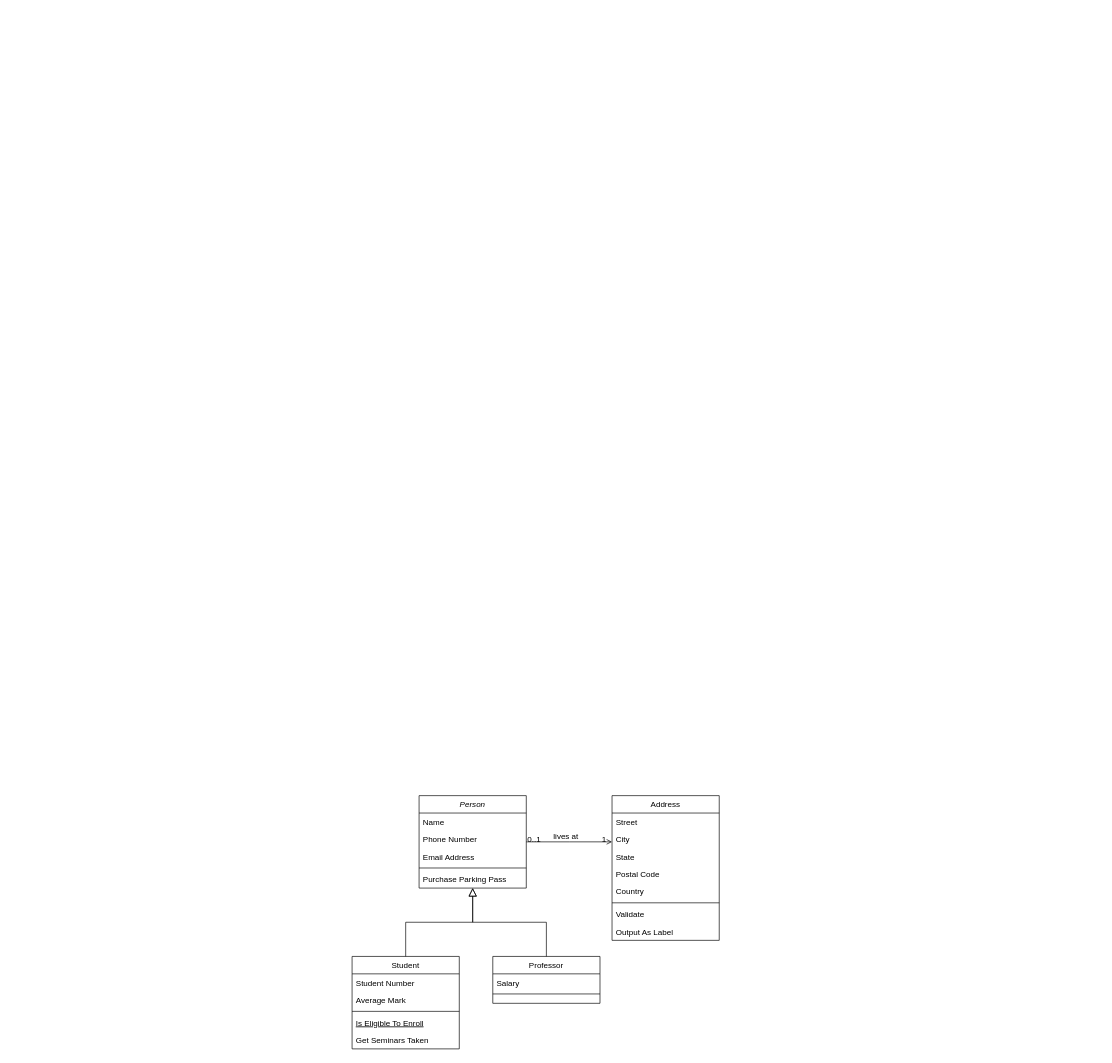
SingleShadowBlade/LOE keeps this draw.io diagram as WeaponEditor.drawio. Above is the earlier version. Source tidied: cells renumbered, new cells numbered last; positions are measured from the earlier drawing's top-left corner, leaving out a move shared by most shapes. Both pictures are drawn from the tidied source at 67%, with x=0, y=0 at pixel (352, 795).
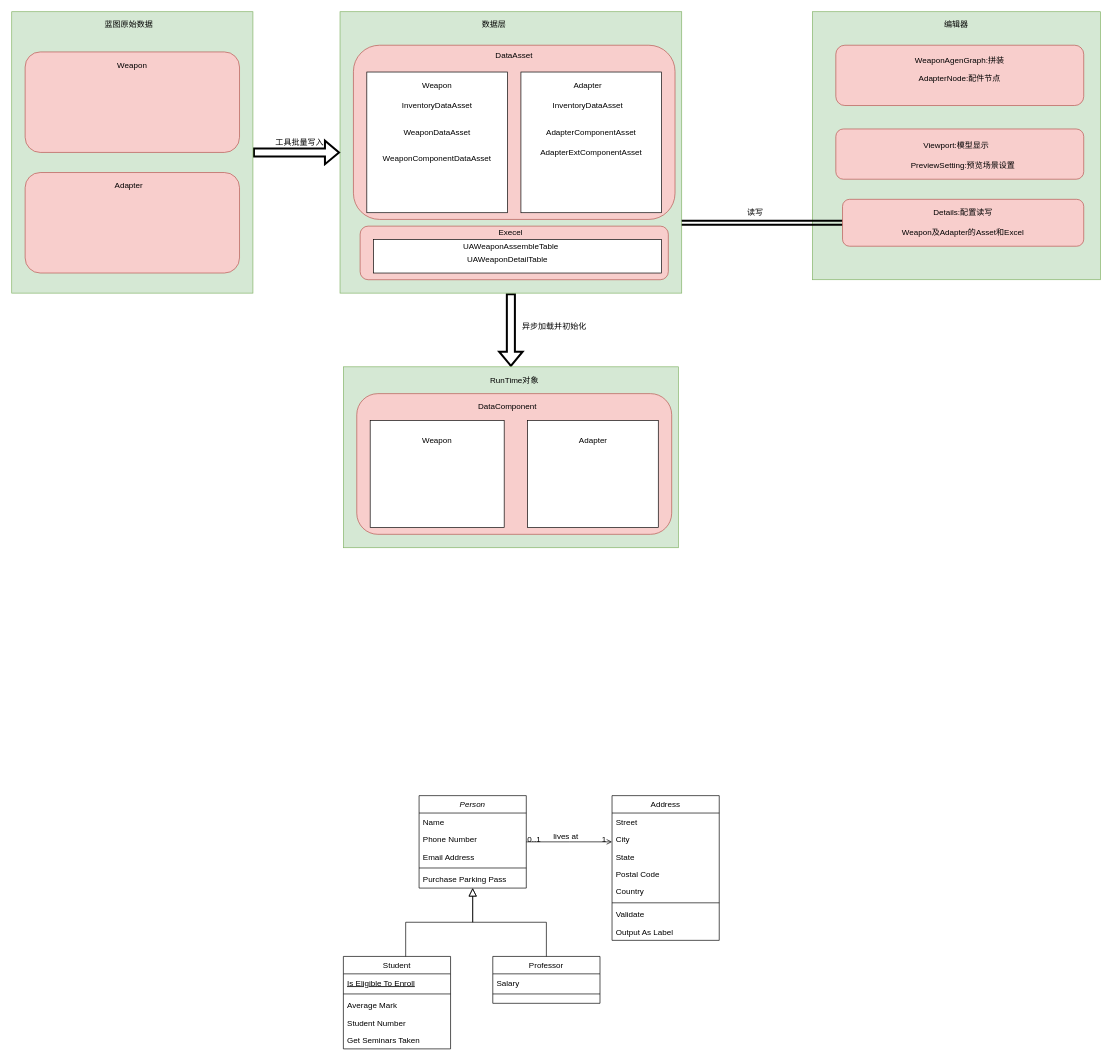
The same diagram, later.

The change refers to these unchanged cells:
```xml
<mxCell id="2" value="Person" style="swimlane;fontStyle=2;align=center;verticalAlign=top;horizontal=1;startSize=26;rounded=0;shadow=0;strokeWidth=1;" parent="1" vertex="1">
  <mxGeometry x="100" width="160" height="138" as="geometry" />
</mxCell>
```

The edit, as a diff of the source:
```diff
@@
     <mxCell id="8" value="Student" style="swimlane;fontStyle=0;align=center;verticalAlign=top;horizontal=1;startSize=26;rounded=0;shadow=0;strokeWidth=1;" parent="1" vertex="1">
-      <mxGeometry y="240" width="160" height="138" as="geometry" />
+      <mxGeometry x="-13" y="240" width="160" height="138" as="geometry" />
     </mxCell>
+    <mxCell id="12" value="Is Eligible To Enroll" style="text;align=left;verticalAlign=top;spacingLeft=4;spacingRight=4;overflow=hidden;fontStyle=4;" parent="8" vertex="1">
+      <mxGeometry y="26" width="160" height="26" as="geometry" />
+    </mxCell>
+    <mxCell id="11" style="line;html=1;strokeWidth=1;align=left;verticalAlign=middle;spacingTop=-1;spacingLeft=3;spacingRight=3;labelPosition=right;" parent="8" vertex="1">
+      <mxGeometry y="52" width="160" height="8" as="geometry" />
+    </mxCell>
+    <mxCell id="10" value="Average Mark" style="text;align=left;verticalAlign=top;spacingLeft=4;spacingRight=4;overflow=hidden;rounded=0;shadow=0;html=0;" parent="8" vertex="1">
+      <mxGeometry y="60" width="160" height="26" as="geometry" />
+    </mxCell>
     <mxCell id="9" value="Student Number" style="text;align=left;verticalAlign=top;spacingLeft=4;spacingRight=4;overflow=hidden;" parent="8" vertex="1">
-      <mxGeometry y="26" width="160" height="26" as="geometry" />
+      <mxGeometry y="86" width="160" height="26" as="geometry" />
     </mxCell>
-    <mxCell id="10" value="Average Mark" style="text;align=left;verticalAlign=top;spacingLeft=4;spacingRight=4;overflow=hidden;rounded=0;shadow=0;html=0;" parent="8" vertex="1">
-      <mxGeometry y="52" width="160" height="26" as="geometry" />
-    </mxCell>
-    <mxCell id="11" style="line;html=1;strokeWidth=1;align=left;verticalAlign=middle;spacingTop=-1;spacingLeft=3;spacingRight=3;labelPosition=right;" parent="8" vertex="1">
-      <mxGeometry y="78" width="160" height="8" as="geometry" />
-    </mxCell>
-    <mxCell id="12" value="Is Eligible To Enroll" style="text;align=left;verticalAlign=top;spacingLeft=4;spacingRight=4;overflow=hidden;fontStyle=4;" parent="8" vertex="1">
-      <mxGeometry y="86" width="160" height="26" as="geometry" />
-    </mxCell>
@@
-    <mxCell id="14" style="endArrow=block;endSize=10;endFill=0;shadow=0;strokeWidth=1;rounded=0;edgeStyle=elbowEdgeStyle;elbow=vertical;" parent="1" edge="1" source="8" target="2">
-      <mxGeometry relative="1" as="geometry" />
+    <mxCell id="14" style="endArrow=block;endSize=10;endFill=0;shadow=0;strokeWidth=1;rounded=0;edgeStyle=elbowEdgeStyle;elbow=vertical;" parent="1" edge="1" target="2">
+      <mxGeometry relative="1" as="geometry">
+        <mxPoint x="80" y="240" as="sourcePoint" />
+      </mxGeometry>
     </mxCell>
@@
+    <mxCell id="32" style="edgeStyle=orthogonalEdgeStyle;shape=flexArrow;rounded=0;jettySize=auto;html=1;entryX=0.5;entryY=0;entryDx=0;entryDy=0;fontColor=#000000;strokeWidth=3;" parent="1" edge="1" source="33" target="70">
+      <mxGeometry relative="1" as="geometry" />
+    </mxCell>
+    <mxCell id="33" style="rounded=0;whiteSpace=wrap;html=1;fillColor=#d5e8d4;strokeColor=#82b366;" parent="1" vertex="1">
+      <mxGeometry x="-18" y="-1170" width="510" height="420" as="geometry" />
+    </mxCell>
+    <mxCell id="34" value="数据层" style="text;html=1;strokeColor=none;fillColor=none;align=center;verticalAlign=middle;whiteSpace=wrap;rounded=0;" parent="1" vertex="1">
+      <mxGeometry x="192" y="-1160" width="40" height="20" as="geometry" />
+    </mxCell>
+    <mxCell id="35" style="rounded=1;whiteSpace=wrap;html=1;fillColor=#f8cecc;strokeColor=#b85450;" parent="1" vertex="1">
+      <mxGeometry x="2" y="-1120" width="480" height="260" as="geometry" />
+    </mxCell>
+    <mxCell id="36" value="DataAsset" style="text;html=1;strokeColor=none;fillColor=none;align=center;verticalAlign=middle;whiteSpace=wrap;rounded=0;" parent="1" vertex="1">
+      <mxGeometry x="222" y="-1115" width="40" height="20" as="geometry" />
+    </mxCell>
+    <mxCell id="37" style="whiteSpace=wrap;html=1;" parent="1" vertex="1">
+      <mxGeometry x="22" y="-1080" width="210" height="210" as="geometry" />
+    </mxCell>
+    <mxCell id="38" value="InventoryDataAsset" style="text;html=1;strokeColor=none;fillColor=none;align=center;verticalAlign=middle;whiteSpace=wrap;rounded=0;" parent="1" vertex="1">
+      <mxGeometry x="107" y="-1040" width="40" height="20" as="geometry" />
+    </mxCell>
+    <mxCell id="39" value="WeaponDataAsset" style="text;html=1;strokeColor=none;fillColor=none;align=center;verticalAlign=middle;whiteSpace=wrap;rounded=0;fontColor=#000000;" parent="1" vertex="1">
+      <mxGeometry x="107" y="-1000" width="40" height="20" as="geometry" />
+    </mxCell>
+    <mxCell id="40" value="WeaponComponentDataAsset" style="text;html=1;strokeColor=none;fillColor=none;align=center;verticalAlign=middle;whiteSpace=wrap;rounded=0;fontColor=#000000;" parent="1" vertex="1">
+      <mxGeometry x="107" y="-960" width="40" height="20" as="geometry" />
+    </mxCell>
+    <mxCell id="41" value="Weapon" style="text;html=1;strokeColor=none;fillColor=none;align=center;verticalAlign=middle;whiteSpace=wrap;rounded=0;fontColor=#000000;" parent="1" vertex="1">
+      <mxGeometry x="107" y="-1070" width="40" height="20" as="geometry" />
+    </mxCell>
+    <mxCell id="42" style="whiteSpace=wrap;html=1;fontColor=#000000;" parent="1" vertex="1">
+      <mxGeometry x="252" y="-1080" width="210" height="210" as="geometry" />
+    </mxCell>
+    <mxCell id="43" value="Adapter" style="text;html=1;strokeColor=none;fillColor=none;align=center;verticalAlign=middle;whiteSpace=wrap;rounded=0;fontColor=#000000;" parent="1" vertex="1">
+      <mxGeometry x="332" y="-1070" width="40" height="20" as="geometry" />
+    </mxCell>
+    <mxCell id="44" value="InventoryDataAsset" style="text;html=1;strokeColor=none;fillColor=none;align=center;verticalAlign=middle;whiteSpace=wrap;rounded=0;fontColor=#000000;" parent="1" vertex="1">
+      <mxGeometry x="332" y="-1040" width="40" height="20" as="geometry" />
+    </mxCell>
+    <mxCell id="45" value="AdapterComponentAsset" style="text;html=1;strokeColor=none;fillColor=none;align=center;verticalAlign=middle;whiteSpace=wrap;rounded=0;fontColor=#000000;" parent="1" vertex="1">
+      <mxGeometry x="337" y="-1000" width="40" height="20" as="geometry" />
+    </mxCell>
+    <mxCell id="46" value="AdapterExtComponentAsset" style="text;html=1;strokeColor=none;fillColor=none;align=center;verticalAlign=middle;whiteSpace=wrap;rounded=0;fontColor=#000000;" parent="1" vertex="1">
+      <mxGeometry x="337" y="-970" width="40" height="20" as="geometry" />
+    </mxCell>
+    <mxCell id="47" style="rounded=1;whiteSpace=wrap;html=1;fillColor=#f8cecc;strokeColor=#b85450;" parent="1" vertex="1">
+      <mxGeometry x="12" y="-850" width="460" height="80" as="geometry" />
+    </mxCell>
+    <mxCell id="48" value="Execel" style="text;html=1;strokeColor=none;fillColor=none;align=center;verticalAlign=middle;whiteSpace=wrap;rounded=0;fontColor=#000000;" parent="1" vertex="1">
+      <mxGeometry x="217" y="-850" width="40" height="20" as="geometry" />
+    </mxCell>
+    <mxCell id="49" style="rounded=0;whiteSpace=wrap;html=1;fillColor=#d5e8d4;strokeColor=#82b366;" parent="1" vertex="1">
+      <mxGeometry x="687" y="-1170" width="430" height="400" as="geometry" />
+    </mxCell>
+    <mxCell id="50" value="编辑器" style="text;html=1;strokeColor=none;fillColor=none;align=center;verticalAlign=middle;whiteSpace=wrap;rounded=0;fontColor=#000000;" parent="1" vertex="1">
+      <mxGeometry x="882" y="-1160" width="40" height="20" as="geometry" />
+    </mxCell>
+    <mxCell id="51" style="rounded=1;whiteSpace=wrap;html=1;fillColor=#f8cecc;strokeColor=#b85450;" parent="1" vertex="1">
+      <mxGeometry x="722" y="-1120" width="370" height="90" as="geometry" />
+    </mxCell>
+    <mxCell id="52" value="WeaponAgenGraph:拼装" style="text;html=1;strokeColor=none;fillColor=none;align=center;verticalAlign=middle;whiteSpace=wrap;rounded=0;fontColor=#000000;" parent="1" vertex="1">
+      <mxGeometry x="732" y="-1115" width="350" height="35" as="geometry" />
+    </mxCell>
+    <mxCell id="53" value="AdapterNode:配件节点" style="text;html=1;strokeColor=none;fillColor=none;align=center;verticalAlign=middle;whiteSpace=wrap;rounded=0;fontColor=#000000;" parent="1" vertex="1">
+      <mxGeometry x="752" y="-1080" width="310" height="20" as="geometry" />
+    </mxCell>
+    <mxCell id="54" style="rounded=1;whiteSpace=wrap;html=1;fillColor=#f8cecc;strokeColor=#b85450;" parent="1" vertex="1">
+      <mxGeometry x="722" y="-995" width="370" height="75" as="geometry" />
+    </mxCell>
+    <mxCell id="55" value="Viewport:模型显示" style="text;html=1;strokeColor=none;fillColor=none;align=center;verticalAlign=middle;whiteSpace=wrap;rounded=0;fontColor=#000000;" parent="1" vertex="1">
+      <mxGeometry x="762" y="-980" width="280" height="20" as="geometry" />
+    </mxCell>
+    <mxCell id="56" value="PreviewSetting:预览场景设置" style="text;html=1;strokeColor=none;fillColor=none;align=center;verticalAlign=middle;whiteSpace=wrap;rounded=0;fontColor=#000000;" parent="1" vertex="1">
+      <mxGeometry x="762" y="-950" width="300" height="20" as="geometry" />
+    </mxCell>
+    <mxCell id="57" style="edgeStyle=orthogonalEdgeStyle;rounded=0;jettySize=auto;html=1;exitX=0;exitY=0.5;exitDx=0;exitDy=0;entryX=1;entryY=0.75;entryDx=0;entryDy=0;fontColor=#000000;shape=link;strokeWidth=3;" parent="1" edge="1" source="58" target="33">
+      <mxGeometry relative="1" as="geometry" />
+    </mxCell>
+    <mxCell id="58" style="rounded=1;whiteSpace=wrap;html=1;fillColor=#f8cecc;strokeColor=#b85450;" parent="1" vertex="1">
+      <mxGeometry x="732" y="-890" width="360" height="70" as="geometry" />
+    </mxCell>
+    <mxCell id="59" value="Details:配置读写" style="text;html=1;strokeColor=none;fillColor=none;align=center;verticalAlign=middle;whiteSpace=wrap;rounded=0;fontColor=#000000;" parent="1" vertex="1">
+      <mxGeometry x="762" y="-880" width="300" height="20" as="geometry" />
+    </mxCell>
+    <mxCell id="60" value="Weapon及Adapter的Asset和Excel" style="text;html=1;strokeColor=none;fillColor=none;align=center;verticalAlign=middle;whiteSpace=wrap;rounded=0;fontColor=#000000;" parent="1" vertex="1">
+      <mxGeometry x="742" y="-850" width="340" height="20" as="geometry" />
+    </mxCell>
+    <mxCell id="61" value="读写" style="text;html=1;strokeColor=none;fillColor=none;align=center;verticalAlign=middle;whiteSpace=wrap;rounded=0;fontColor=#000000;" parent="1" vertex="1">
+      <mxGeometry x="582" y="-880" width="40" height="20" as="geometry" />
+    </mxCell>
+    <mxCell id="62" style="edgeStyle=orthogonalEdgeStyle;shape=flexArrow;rounded=0;jettySize=auto;html=1;exitX=1;exitY=0.5;exitDx=0;exitDy=0;entryX=0;entryY=0.5;entryDx=0;entryDy=0;fontColor=#000000;strokeWidth=3;" parent="1" edge="1" source="63" target="33">
+      <mxGeometry relative="1" as="geometry" />
+    </mxCell>
+    <mxCell id="63" style="rounded=0;whiteSpace=wrap;html=1;fillColor=#d5e8d4;strokeColor=#82b366;" parent="1" vertex="1">
+      <mxGeometry x="-508" y="-1170" width="360" height="420" as="geometry" />
+    </mxCell>
+    <mxCell id="64" value="蓝图原始数据" style="text;html=1;strokeColor=none;fillColor=none;align=center;verticalAlign=middle;whiteSpace=wrap;rounded=0;fontColor=#000000;" parent="1" vertex="1">
+      <mxGeometry x="-418" y="-1160" width="170" height="20" as="geometry" />
+    </mxCell>
+    <mxCell id="65" style="rounded=1;whiteSpace=wrap;html=1;fillColor=#f8cecc;strokeColor=#b85450;" parent="1" vertex="1">
+      <mxGeometry x="-488" y="-1110" width="320" height="150" as="geometry" />
+    </mxCell>
+    <mxCell id="66" style="rounded=1;whiteSpace=wrap;html=1;fillColor=#f8cecc;strokeColor=#b85450;" parent="1" vertex="1">
+      <mxGeometry x="-488" y="-930" width="320" height="150" as="geometry" />
+    </mxCell>
+    <mxCell id="67" value="Weapon" style="text;html=1;strokeColor=none;fillColor=none;align=center;verticalAlign=middle;whiteSpace=wrap;rounded=0;fontColor=#000000;" parent="1" vertex="1">
+      <mxGeometry x="-348" y="-1100" width="40" height="20" as="geometry" />
+    </mxCell>
+    <mxCell id="68" value="Adapter" style="text;html=1;strokeColor=none;fillColor=none;align=center;verticalAlign=middle;whiteSpace=wrap;rounded=0;fontColor=#000000;" parent="1" vertex="1">
+      <mxGeometry x="-353" y="-920" width="40" height="20" as="geometry" />
+    </mxCell>
+    <mxCell id="69" value="工具批量写入" style="text;html=1;strokeColor=none;fillColor=none;align=center;verticalAlign=middle;whiteSpace=wrap;rounded=0;fontColor=#000000;" parent="1" vertex="1">
+      <mxGeometry x="-118" y="-985" width="80" height="20" as="geometry" />
+    </mxCell>
+    <mxCell id="70" style="rounded=0;whiteSpace=wrap;html=1;fillColor=#d5e8d4;strokeColor=#82b366;" parent="1" vertex="1">
+      <mxGeometry x="-13" y="-640" width="500" height="270" as="geometry" />
+    </mxCell>
+    <mxCell id="71" value="RunTime对象" style="text;html=1;strokeColor=none;fillColor=none;align=center;verticalAlign=middle;whiteSpace=wrap;rounded=0;fontColor=#000000;" parent="1" vertex="1">
+      <mxGeometry x="194.5" y="-630" width="95" height="20" as="geometry" />
+    </mxCell>
+    <mxCell id="72" value="异步加载并初始化" style="text;html=1;strokeColor=none;fillColor=none;align=left;verticalAlign=middle;whiteSpace=wrap;rounded=0;fontColor=#000000;" parent="1" vertex="1">
+      <mxGeometry x="252" y="-710" width="150" height="20" as="geometry" />
+    </mxCell>
+    <mxCell id="73" style="rounded=1;whiteSpace=wrap;html=1;align=left;fillColor=#f8cecc;strokeColor=#b85450;" parent="1" vertex="1">
+      <mxGeometry x="7" y="-600" width="470" height="210" as="geometry" />
+    </mxCell>
+    <mxCell id="74" value="DataComponent" style="text;html=1;strokeColor=none;fillColor=none;align=center;verticalAlign=middle;whiteSpace=wrap;rounded=0;fontColor=#000000;" parent="1" vertex="1">
+      <mxGeometry x="132" y="-590" width="200" height="20" as="geometry" />
+    </mxCell>
+    <mxCell id="75" style="rounded=0;whiteSpace=wrap;html=1;fontColor=#000000;align=left;" parent="1" vertex="1">
+      <mxGeometry x="27" y="-560" width="200" height="160" as="geometry" />
+    </mxCell>
+    <mxCell id="76" style="rounded=0;whiteSpace=wrap;html=1;fontColor=#000000;align=left;" parent="1" vertex="1">
+      <mxGeometry x="262" y="-560" width="195" height="160" as="geometry" />
+    </mxCell>
+    <mxCell id="77" value="Weapon" style="text;html=1;strokeColor=none;fillColor=none;align=center;verticalAlign=middle;whiteSpace=wrap;rounded=0;fontColor=#000000;" parent="1" vertex="1">
+      <mxGeometry x="107" y="-540" width="40" height="20" as="geometry" />
+    </mxCell>
+    <mxCell id="78" value="Adapter" style="text;html=1;strokeColor=none;fillColor=none;align=center;verticalAlign=middle;whiteSpace=wrap;rounded=0;fontColor=#000000;" parent="1" vertex="1">
+      <mxGeometry x="340" y="-540" width="40" height="20" as="geometry" />
+    </mxCell>
+    <mxCell id="79" style="rounded=0;whiteSpace=wrap;html=1;" parent="1" vertex="1">
+      <mxGeometry x="32" y="-830" width="430" height="50" as="geometry" />
+    </mxCell>
+    <mxCell id="80" value="UAWeaponAssembleTable" style="text;html=1;strokeColor=none;fillColor=none;align=center;verticalAlign=middle;whiteSpace=wrap;rounded=0;" parent="1" vertex="1">
+      <mxGeometry x="207" y="-830" width="60" height="20" as="geometry" />
+    </mxCell>
+    <mxCell id="81" value="UAWeaponDetailTable" style="text;html=1;strokeColor=none;fillColor=none;align=center;verticalAlign=middle;whiteSpace=wrap;rounded=0;" parent="1" vertex="1">
+      <mxGeometry x="202" y="-810" width="60" height="20" as="geometry" />
+    </mxCell>
```
